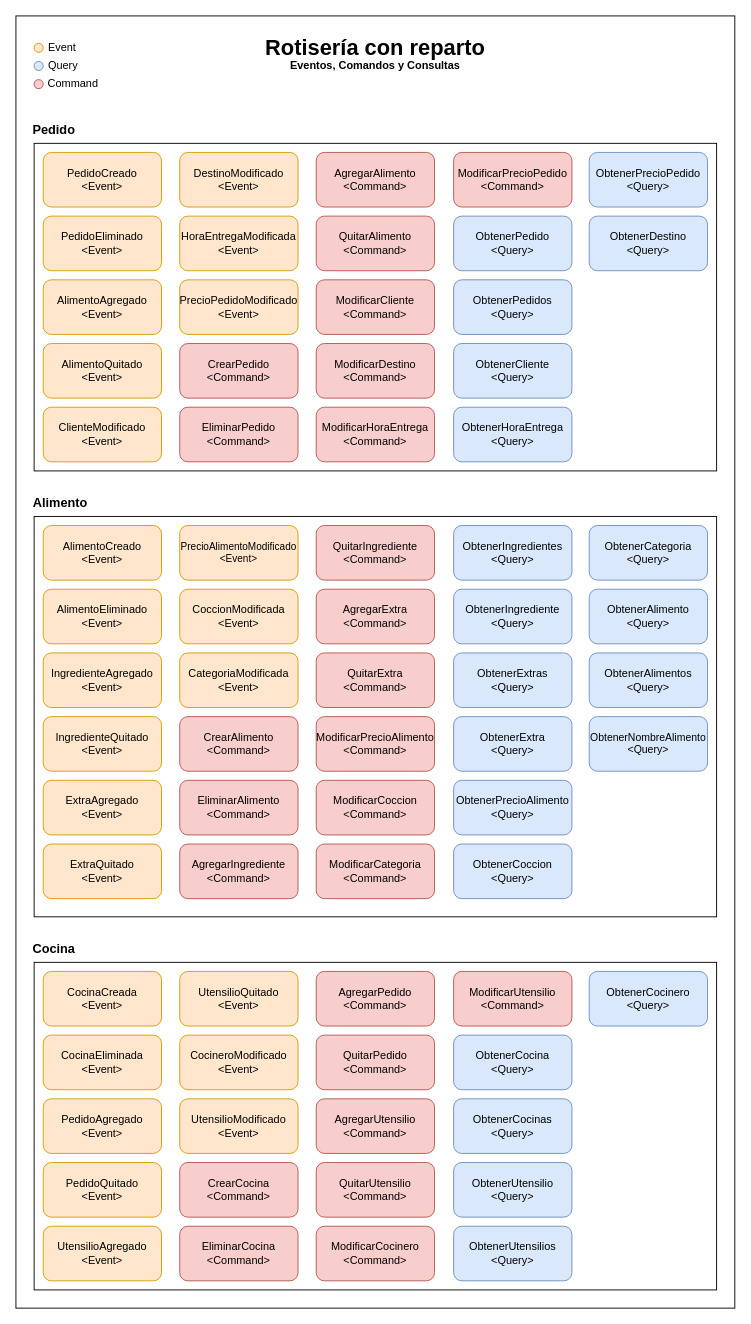
Before: page "Eventos-Comandos-Consultas" (3 of 3) of Modelo/ModeloRotiseriaDDD_Reto.drawio in collazomathias/Rotiseria, a draw.io diagram. Source tidied: cells renumbered, new cells numbered last; positions are measured from the earlier drawing's top-left corner, leaving out a move shared by most shapes. Both pictures are drawn from the tidied source at 91%, with x=0, y=0 at pixel (15, 15).
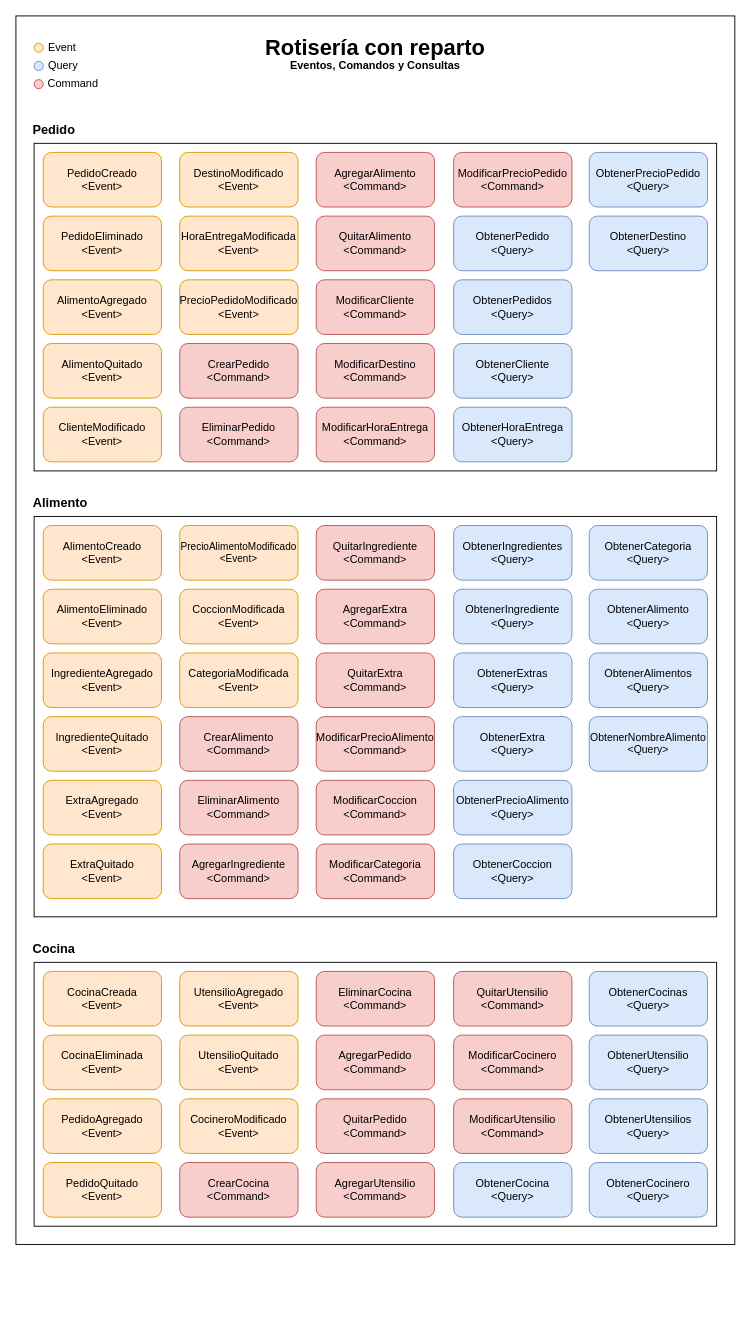
The same page after the edit.

What changed in the source:
```diff
@@
     <mxCell id="2" style="rounded=0;whiteSpace=wrap;html=1;fontSize=7;" parent="1" vertex="1">
-      <mxGeometry width="790" height="1420" as="geometry" />
+      <mxGeometry width="790" height="1350" as="geometry" />
     </mxCell>
@@
     <mxCell id="54" style="rounded=0;whiteSpace=wrap;html=1;fontSize=7;" parent="1" vertex="1">
-      <mxGeometry x="20" y="1040" width="750" height="360" as="geometry" />
+      <mxGeometry x="20" y="1040" width="750" height="290" as="geometry" />
     </mxCell>
@@
-    <mxCell id="58" value="&lt;font style=&quot;font-size: 12px&quot;&gt;UtensilioModificado&lt;br&gt;&amp;lt;Event&amp;gt;&lt;br&gt;&lt;/font&gt;" style="rounded=1;whiteSpace=wrap;html=1;fontSize=7;fillColor=#ffe6cc;strokeColor=#d79b00;" parent="1" vertex="1">
-      <mxGeometry x="180" y="1190" width="130" height="60" as="geometry" />
-    </mxCell>
     <mxCell id="59" value="&lt;font style=&quot;font-size: 12px&quot;&gt;CocineroModificado&lt;br&gt;&amp;lt;Event&amp;gt;&lt;br&gt;&lt;/font&gt;" style="rounded=1;whiteSpace=wrap;html=1;fontSize=7;fillColor=#ffe6cc;strokeColor=#d79b00;" parent="1" vertex="1">
-      <mxGeometry x="180" y="1120" width="130" height="60" as="geometry" />
+      <mxGeometry x="180" y="1190" width="130" height="60" as="geometry" />
     </mxCell>
     <mxCell id="60" value="&lt;font style=&quot;font-size: 12px&quot;&gt;UtensilioAgregado&lt;br&gt;&amp;lt;Event&amp;gt;&lt;br&gt;&lt;/font&gt;" style="rounded=1;whiteSpace=wrap;html=1;fontSize=7;fillColor=#ffe6cc;strokeColor=#d79b00;" parent="1" vertex="1">
-      <mxGeometry x="30" y="1330" width="130" height="60" as="geometry" />
+      <mxGeometry x="180" y="1050" width="130" height="60" as="geometry" />
     </mxCell>
@@
     <mxCell id="64" value="&lt;font style=&quot;font-size: 12px&quot;&gt;AgregarUtensilio&lt;br&gt;&amp;lt;Command&amp;gt;&lt;br&gt;&lt;/font&gt;" style="rounded=1;whiteSpace=wrap;html=1;fontSize=7;fillColor=#f8cecc;strokeColor=#b85450;" parent="1" vertex="1">
-      <mxGeometry x="330" y="1190" width="130" height="60" as="geometry" />
+      <mxGeometry x="330" y="1260" width="130" height="60" as="geometry" />
     </mxCell>
     <mxCell id="65" value="&lt;font style=&quot;font-size: 12px&quot;&gt;QuitarUtensilio&lt;br&gt;&amp;lt;Command&amp;gt;&lt;br&gt;&lt;/font&gt;" style="rounded=1;whiteSpace=wrap;html=1;fontSize=7;fillColor=#f8cecc;strokeColor=#b85450;" parent="1" vertex="1">
-      <mxGeometry x="330" y="1260" width="130" height="60" as="geometry" />
+      <mxGeometry x="481" y="1050" width="130" height="60" as="geometry" />
     </mxCell>
     <mxCell id="66" value="&lt;font style=&quot;font-size: 12px&quot;&gt;ModificarCocinero&lt;br&gt;&amp;lt;Command&amp;gt;&lt;br&gt;&lt;/font&gt;" style="rounded=1;whiteSpace=wrap;html=1;fontSize=7;fillColor=#f8cecc;strokeColor=#b85450;" parent="1" vertex="1">
-      <mxGeometry x="330" y="1330" width="130" height="60" as="geometry" />
+      <mxGeometry x="481" y="1120" width="130" height="60" as="geometry" />
     </mxCell>
     <mxCell id="67" value="&lt;font style=&quot;font-size: 12px&quot;&gt;QuitarPedido&lt;br&gt;&amp;lt;Command&amp;gt;&lt;br&gt;&lt;/font&gt;" style="rounded=1;whiteSpace=wrap;html=1;fontSize=7;fillColor=#f8cecc;strokeColor=#b85450;" parent="1" vertex="1">
-      <mxGeometry x="330" y="1120" width="130" height="60" as="geometry" />
+      <mxGeometry x="330" y="1190" width="130" height="60" as="geometry" />
     </mxCell>
     <mxCell id="68" value="&lt;font style=&quot;font-size: 12px&quot;&gt;EliminarCocina&lt;br&gt;&amp;lt;Command&amp;gt;&lt;br&gt;&lt;/font&gt;" style="rounded=1;whiteSpace=wrap;html=1;fontSize=7;fillColor=#f8cecc;strokeColor=#b85450;" parent="1" vertex="1">
-      <mxGeometry x="180" y="1330" width="130" height="60" as="geometry" />
+      <mxGeometry x="330" y="1050" width="130" height="60" as="geometry" />
     </mxCell>
     <mxCell id="69" value="&lt;font style=&quot;font-size: 12px&quot;&gt;AgregarPedido&lt;br&gt;&amp;lt;Command&amp;gt;&lt;br&gt;&lt;/font&gt;" style="rounded=1;whiteSpace=wrap;html=1;fontSize=7;fillColor=#f8cecc;strokeColor=#b85450;" parent="1" vertex="1">
-      <mxGeometry x="330" y="1050" width="130" height="60" as="geometry" />
+      <mxGeometry x="330" y="1120" width="130" height="60" as="geometry" />
     </mxCell>
     <mxCell id="70" value="&lt;font style=&quot;font-size: 12px&quot;&gt;ObtenerCocinero&lt;br&gt;&amp;lt;Query&amp;gt;&lt;br&gt;&lt;/font&gt;" style="rounded=1;whiteSpace=wrap;html=1;fontSize=7;fillColor=#dae8fc;strokeColor=#6c8ebf;" parent="1" vertex="1">
-      <mxGeometry x="630" y="1050" width="130" height="60" as="geometry" />
+      <mxGeometry x="630" y="1260" width="130" height="60" as="geometry" />
     </mxCell>
@@
     <mxCell id="75" value="&lt;font style=&quot;font-size: 12px&quot;&gt;UtensilioQuitado&lt;br&gt;&amp;lt;Event&amp;gt;&lt;br&gt;&lt;/font&gt;" style="rounded=1;whiteSpace=wrap;html=1;fontSize=7;fillColor=#ffe6cc;strokeColor=#d79b00;" parent="1" vertex="1">
-      <mxGeometry x="180" y="1050" width="130" height="60" as="geometry" />
+      <mxGeometry x="180" y="1120" width="130" height="60" as="geometry" />
     </mxCell>
     <mxCell id="76" value="&lt;font style=&quot;font-size: 12px&quot;&gt;ModificarUtensilio&lt;br&gt;&amp;lt;Command&amp;gt;&lt;br&gt;&lt;/font&gt;" style="rounded=1;whiteSpace=wrap;html=1;fontSize=7;fillColor=#f8cecc;strokeColor=#b85450;" parent="1" vertex="1">
-      <mxGeometry x="481" y="1050" width="130" height="60" as="geometry" />
+      <mxGeometry x="481" y="1190" width="130" height="60" as="geometry" />
     </mxCell>
@@
     <mxCell id="83" value="&lt;font style=&quot;font-size: 12px&quot;&gt;ObtenerCocina&lt;br&gt;&amp;lt;Query&amp;gt;&lt;br&gt;&lt;/font&gt;" style="rounded=1;whiteSpace=wrap;html=1;fontSize=7;fillColor=#dae8fc;strokeColor=#6c8ebf;" parent="1" vertex="1">
-      <mxGeometry x="481" y="1120" width="130" height="60" as="geometry" />
+      <mxGeometry x="481" y="1260" width="130" height="60" as="geometry" />
     </mxCell>
     <mxCell id="84" value="&lt;font style=&quot;font-size: 12px&quot;&gt;ObtenerCocinas&lt;br&gt;&amp;lt;Query&amp;gt;&lt;br&gt;&lt;/font&gt;" style="rounded=1;whiteSpace=wrap;html=1;fontSize=7;fillColor=#dae8fc;strokeColor=#6c8ebf;" parent="1" vertex="1">
-      <mxGeometry x="481" y="1190" width="130" height="60" as="geometry" />
+      <mxGeometry x="630" y="1050" width="130" height="60" as="geometry" />
     </mxCell>
     <mxCell id="85" value="&lt;font style=&quot;font-size: 12px&quot;&gt;ObtenerUtensilio&lt;br&gt;&amp;lt;Query&amp;gt;&lt;br&gt;&lt;/font&gt;" style="rounded=1;whiteSpace=wrap;html=1;fontSize=7;fillColor=#dae8fc;strokeColor=#6c8ebf;" parent="1" vertex="1">
-      <mxGeometry x="481" y="1260" width="130" height="60" as="geometry" />
+      <mxGeometry x="630" y="1120" width="130" height="60" as="geometry" />
     </mxCell>
     <mxCell id="86" value="&lt;font style=&quot;font-size: 12px&quot;&gt;ObtenerUtensilios&lt;br&gt;&amp;lt;Query&amp;gt;&lt;br&gt;&lt;/font&gt;" style="rounded=1;whiteSpace=wrap;html=1;fontSize=7;fillColor=#dae8fc;strokeColor=#6c8ebf;" parent="1" vertex="1">
-      <mxGeometry x="481" y="1330" width="130" height="60" as="geometry" />
+      <mxGeometry x="630" y="1190" width="130" height="60" as="geometry" />
     </mxCell>
```
